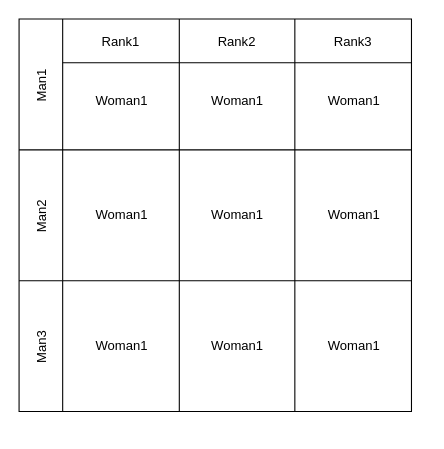
The draw.io diagram BambooSMP.drawio in victorliu-sq/BambooSMP-Figures, before the edit. Source tidied: cells renumbered, new cells numbered last; positions are measured from the earlier drawing's top-left corner, leaving out a move shared by most shapes. Both pictures are drawn from the tidied source at 109%, with x=0, y=0 at pixel (19, 19).
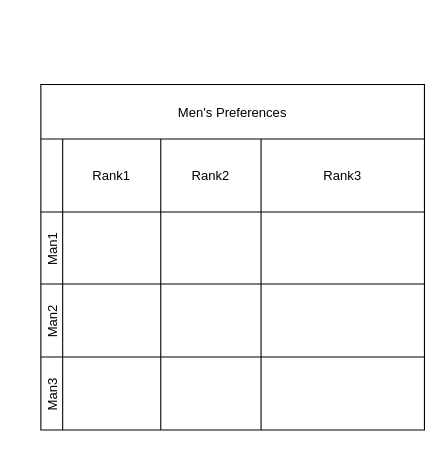
The same diagram, later.

Diff of the diagram source:
```diff
@@
-    <mxCell id="2" style="shape=table;childLayout=tableLayout;startSize=0;fillColor=none;" parent="1" vertex="1">
-      <mxGeometry width="360" height="360" as="geometry" />
-    </mxCell>
+    <mxCell id="24" value="Men's Preferences" style="shape=table;startSize=50;childLayout=tableLayout;resizeLastRow=0;" parent="1" vertex="1">
+      <mxGeometry x="20" y="60" width="351.9" height="317" as="geometry" />
+    </mxCell>
+    <mxCell id="25" style="shape=tableRow;horizontal=0;startSize=20;swimlaneHead=0;swimlaneBody=0;strokeColor=inherit;top=0;left=0;bottom=0;right=0;fillColor=none;" parent="24" vertex="1">
+      <mxGeometry y="50" width="351.9" height="67" as="geometry" />
+    </mxCell>
+    <mxCell id="4" value="Rank1" style="shape=partialRectangle;html=1;whiteSpace=wrap;strokeColor=inherit;overflow=hidden;fillColor=none;top=0;left=0;bottom=0;right=0;" parent="25" vertex="1">
+      <mxGeometry x="20" width="90" height="67" as="geometry" />
+    </mxCell>
+    <mxCell id="6" value="Rank2" style="shape=partialRectangle;html=1;whiteSpace=wrap;strokeColor=inherit;overflow=hidden;fillColor=none;top=0;left=0;bottom=0;right=0;" parent="25" vertex="1">
+      <mxGeometry x="110" width="92" height="67" as="geometry" />
+    </mxCell>
+    <mxCell id="8" value="Rank3" style="shape=partialRectangle;html=1;whiteSpace=wrap;strokeColor=inherit;overflow=hidden;fillColor=none;top=0;left=0;bottom=0;right=0;" parent="25" vertex="1">
+      <mxGeometry x="202" width="150" height="67" as="geometry" />
+    </mxCell>
-    <mxCell id="3" value="Man1" style="shape=tableRow;horizontal=0;swimlaneHead=0;swimlaneBody=0;top=0;left=0;strokeColor=inherit;bottom=0;right=0;fontStyle=0;fillColor=none;startSize=40;" parent="2" vertex="1">
-      <mxGeometry width="360" height="120" as="geometry" />
+    <mxCell id="3" value="Man1" style="shape=tableRow;horizontal=0;startSize=20;swimlaneHead=0;swimlaneBody=0;strokeColor=inherit;top=0;left=0;bottom=0;right=0;fillColor=none;" parent="24" vertex="1">
+      <mxGeometry y="117" width="351.9" height="66" as="geometry" />
     </mxCell>
-    <mxCell id="4" value="Rank1" style="swimlane;swimlaneHead=0;swimlaneBody=0;fontStyle=0;strokeColor=inherit;fillColor=none;startSize=40;" parent="3" vertex="1">
-      <mxGeometry x="40" width="107" height="120" as="geometry" />
-    </mxCell>
-    <mxCell id="5" value="Woman1" style="text;html=1;align=center;verticalAlign=middle;strokeColor=none;fillColor=none;" parent="4" vertex="1">
-      <mxGeometry x="18.5" y="60" width="70" height="30" as="geometry" />
-    </mxCell>
-    <mxCell id="6" value="Rank2" style="swimlane;swimlaneHead=0;swimlaneBody=0;fontStyle=0;strokeColor=inherit;fillColor=none;startSize=40;" parent="3" vertex="1">
-      <mxGeometry x="147" width="106" height="120" as="geometry" />
-    </mxCell>
-    <mxCell id="7" value="Woman1" style="text;html=1;align=center;verticalAlign=middle;strokeColor=none;fillColor=none;" parent="6" vertex="1">
-      <mxGeometry x="18" y="60" width="70" height="30" as="geometry" />
-    </mxCell>
-    <mxCell id="8" value="Rank3" style="swimlane;swimlaneHead=0;swimlaneBody=0;fontStyle=0;strokeColor=inherit;fillColor=none;startSize=40;" parent="3" vertex="1">
-      <mxGeometry x="253" width="107" height="120" as="geometry" />
-    </mxCell>
-    <mxCell id="9" value="Woman1" style="text;html=1;align=center;verticalAlign=middle;strokeColor=none;fillColor=none;" parent="8" vertex="1">
-      <mxGeometry x="18.5" y="60" width="70" height="30" as="geometry" />
-    </mxCell>
+    <mxCell id="26" style="shape=partialRectangle;html=1;whiteSpace=wrap;strokeColor=inherit;overflow=hidden;fillColor=none;top=0;left=0;bottom=0;right=0;" parent="3" vertex="1">
+      <mxGeometry x="20" width="90" height="66" as="geometry" />
+    </mxCell>
+    <mxCell id="27" style="shape=partialRectangle;html=1;whiteSpace=wrap;strokeColor=inherit;overflow=hidden;fillColor=none;top=0;left=0;bottom=0;right=0;" parent="3" vertex="1">
+      <mxGeometry x="110" width="92" height="66" as="geometry" />
+    </mxCell>
+    <mxCell id="28" style="shape=partialRectangle;html=1;whiteSpace=wrap;strokeColor=inherit;overflow=hidden;fillColor=none;top=0;left=0;bottom=0;right=0;" parent="3" vertex="1">
+      <mxGeometry x="202" width="150" height="66" as="geometry" />
+    </mxCell>
-    <mxCell id="10" value="Man2" style="shape=tableRow;horizontal=0;swimlaneHead=0;swimlaneBody=0;top=0;left=0;strokeColor=inherit;bottom=0;right=0;fontStyle=0;fillColor=none;startSize=40;" parent="2" vertex="1">
-      <mxGeometry y="120" width="360" height="120" as="geometry" />
+    <mxCell id="10" value="Man2" style="shape=tableRow;horizontal=0;startSize=20;swimlaneHead=0;swimlaneBody=0;strokeColor=inherit;top=0;left=0;bottom=0;right=0;fillColor=none;" parent="24" vertex="1">
+      <mxGeometry y="183" width="351.9" height="67" as="geometry" />
     </mxCell>
-    <mxCell id="11" style="swimlane;swimlaneHead=0;swimlaneBody=0;fontStyle=0;strokeColor=inherit;fillColor=none;startSize=0;" parent="10" vertex="1">
-      <mxGeometry x="40" width="107" height="120" as="geometry" />
-    </mxCell>
-    <mxCell id="12" value="Woman1" style="text;html=1;align=center;verticalAlign=middle;strokeColor=none;fillColor=none;" parent="11" vertex="1">
-      <mxGeometry x="18.5" y="45" width="70" height="30" as="geometry" />
-    </mxCell>
-    <mxCell id="13" value="Woman1" style="text;html=1;align=center;verticalAlign=middle;strokeColor=none;fillColor=none;" parent="11" vertex="1">
-      <mxGeometry x="125" y="45" width="70" height="30" as="geometry" />
-    </mxCell>
-    <mxCell id="14" value="Woman1" style="text;html=1;align=center;verticalAlign=middle;strokeColor=none;fillColor=none;" parent="11" vertex="1">
-      <mxGeometry x="231.5" y="45" width="70" height="30" as="geometry" />
-    </mxCell>
-    <mxCell id="15" style="swimlane;swimlaneHead=0;swimlaneBody=0;fontStyle=0;strokeColor=inherit;fillColor=none;startSize=0;" parent="10" vertex="1">
-      <mxGeometry x="147" width="106" height="120" as="geometry" />
-    </mxCell>
-    <mxCell id="16" style="swimlane;swimlaneHead=0;swimlaneBody=0;fontStyle=0;strokeColor=inherit;fillColor=none;startSize=0;" parent="10" vertex="1">
-      <mxGeometry x="253" width="107" height="120" as="geometry" />
-    </mxCell>
+    <mxCell id="29" style="shape=partialRectangle;html=1;whiteSpace=wrap;strokeColor=inherit;overflow=hidden;fillColor=none;top=0;left=0;bottom=0;right=0;" parent="10" vertex="1">
+      <mxGeometry x="20" width="90" height="67" as="geometry" />
+    </mxCell>
+    <mxCell id="30" style="shape=partialRectangle;html=1;whiteSpace=wrap;strokeColor=inherit;overflow=hidden;fillColor=none;top=0;left=0;bottom=0;right=0;" parent="10" vertex="1">
+      <mxGeometry x="110" width="92" height="67" as="geometry" />
+    </mxCell>
+    <mxCell id="31" style="shape=partialRectangle;html=1;whiteSpace=wrap;strokeColor=inherit;overflow=hidden;fillColor=none;top=0;left=0;bottom=0;right=0;" parent="10" vertex="1">
+      <mxGeometry x="202" width="150" height="67" as="geometry" />
+    </mxCell>
-    <mxCell id="17" value="Man3" style="shape=tableRow;horizontal=0;swimlaneHead=0;swimlaneBody=0;top=0;left=0;strokeColor=inherit;bottom=0;right=0;fontStyle=0;fillColor=none;startSize=40;" parent="2" vertex="1">
-      <mxGeometry y="240" width="360" height="120" as="geometry" />
+    <mxCell id="17" value="Man3" style="shape=tableRow;horizontal=0;startSize=20;swimlaneHead=0;swimlaneBody=0;strokeColor=inherit;top=0;left=0;bottom=0;right=0;fillColor=none;" parent="24" vertex="1">
+      <mxGeometry y="250" width="351.9" height="67" as="geometry" />
     </mxCell>
-    <mxCell id="18" style="swimlane;swimlaneHead=0;swimlaneBody=0;fontStyle=0;strokeColor=inherit;fillColor=none;startSize=0;" parent="17" vertex="1">
-      <mxGeometry x="40" width="107" height="120" as="geometry" />
-    </mxCell>
-    <mxCell id="19" value="Woman1" style="text;html=1;align=center;verticalAlign=middle;strokeColor=none;fillColor=none;" parent="18" vertex="1">
-      <mxGeometry x="18.5" y="45" width="70" height="30" as="geometry" />
-    </mxCell>
-    <mxCell id="20" value="Woman1" style="text;html=1;align=center;verticalAlign=middle;strokeColor=none;fillColor=none;" parent="18" vertex="1">
-      <mxGeometry x="125" y="45" width="70" height="30" as="geometry" />
-    </mxCell>
-    <mxCell id="21" value="Woman1" style="text;html=1;align=center;verticalAlign=middle;strokeColor=none;fillColor=none;" parent="18" vertex="1">
-      <mxGeometry x="231.5" y="45" width="70" height="30" as="geometry" />
-    </mxCell>
-    <mxCell id="22" style="swimlane;swimlaneHead=0;swimlaneBody=0;fontStyle=0;strokeColor=inherit;fillColor=none;startSize=0;" parent="17" vertex="1">
-      <mxGeometry x="147" width="106" height="120" as="geometry" />
-    </mxCell>
-    <mxCell id="23" style="swimlane;swimlaneHead=0;swimlaneBody=0;fontStyle=0;strokeColor=inherit;fillColor=none;startSize=0;" parent="17" vertex="1">
-      <mxGeometry x="253" width="107" height="120" as="geometry" />
-    </mxCell>
+    <mxCell id="32" style="shape=partialRectangle;html=1;whiteSpace=wrap;strokeColor=inherit;overflow=hidden;fillColor=none;top=0;left=0;bottom=0;right=0;" parent="17" vertex="1">
+      <mxGeometry x="20" width="90" height="67" as="geometry" />
+    </mxCell>
+    <mxCell id="33" style="shape=partialRectangle;html=1;whiteSpace=wrap;strokeColor=inherit;overflow=hidden;fillColor=none;top=0;left=0;bottom=0;right=0;" parent="17" vertex="1">
+      <mxGeometry x="110" width="92" height="67" as="geometry" />
+    </mxCell>
+    <mxCell id="34" style="shape=partialRectangle;html=1;whiteSpace=wrap;strokeColor=inherit;overflow=hidden;fillColor=none;top=0;left=0;bottom=0;right=0;" parent="17" vertex="1">
+      <mxGeometry x="202" width="150" height="67" as="geometry" />
+    </mxCell>
```
